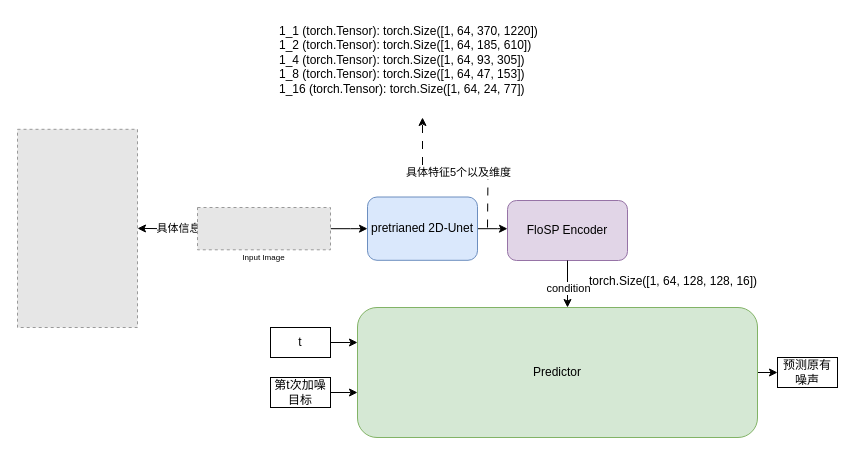
susu-attempt/mychart keeps this draw.io diagram as monodiffusion.drawio. Above is the earlier version. Source tidied: cells renumbered, new cells numbered last; positions are measured from the earlier drawing's top-left corner, leaving out a move shared by most shapes. Both pictures are drawn from the tidied source at 100%, with x=0, y=0 at pixel (17, 17). Pictures stored in the file or linked from it are replaced by grey dashed boxes.
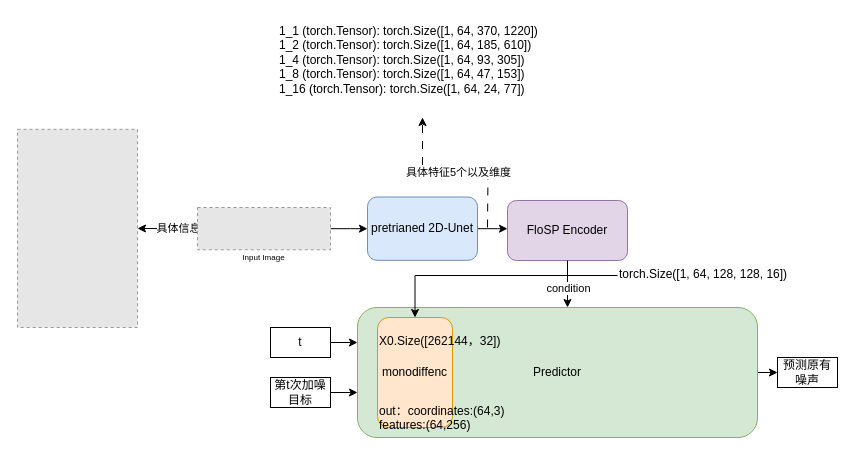
Above is the later version.

What changed in the source:
```diff
@@
+    <mxCell id="24" style="edgeStyle=orthogonalEdgeStyle;rounded=0;jettySize=auto;html=1;exitX=0;exitY=0.5;exitDx=0;exitDy=0;entryX=0.5;entryY=0;entryDx=0;entryDy=0;" parent="1" edge="1" source="23" target="25">
+      <mxGeometry relative="1" as="geometry" />
+    </mxCell>
     <mxCell id="23" value="torch.Size([1, 64, 128, 128, 16])" style="text;whiteSpace=wrap;" parent="1" vertex="1">
-      <mxGeometry x="570" y="250" width="190" height="30" as="geometry" />
+      <mxGeometry x="600" y="243" width="190" height="30" as="geometry" />
     </mxCell>
+    <mxCell id="25" value="monodiffenc" style="rounded=1;whiteSpace=wrap;html=1;fillColor=#ffe6cc;strokeColor=#d79b00;" parent="1" vertex="1">
+      <mxGeometry x="360" y="300" width="75" height="110" as="geometry" />
+    </mxCell>
+    <mxCell id="26" value="X0.Size([262144，32])" style="text;whiteSpace=wrap;" parent="1" vertex="1">
+      <mxGeometry x="360" y="310" width="140" height="30" as="geometry" />
+    </mxCell>
+    <mxCell id="27" value="out：coordinates:(64,3)&#10;features:(64,256)" style="text;whiteSpace=wrap;" parent="1" vertex="1">
+      <mxGeometry x="360" y="380" width="140" height="30" as="geometry" />
+    </mxCell>
```
